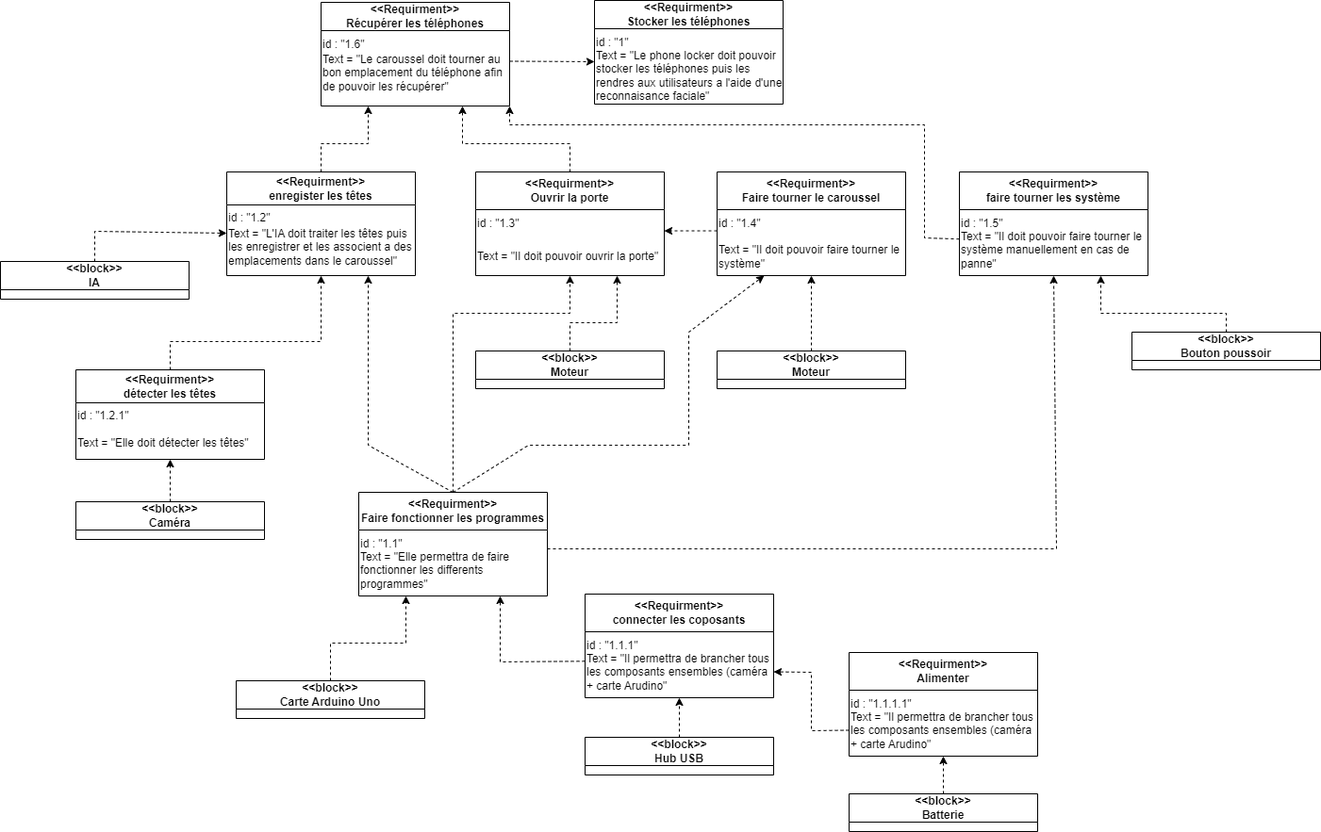
Earlier version of the draw.io export Charts/diagramme exigences.png (neoluigi4123/Phone-Locker). Source tidied: cells renumbered, new cells last; positions are measured from the earlier drawing's top-left corner, leaving out a move shared by most shapes.
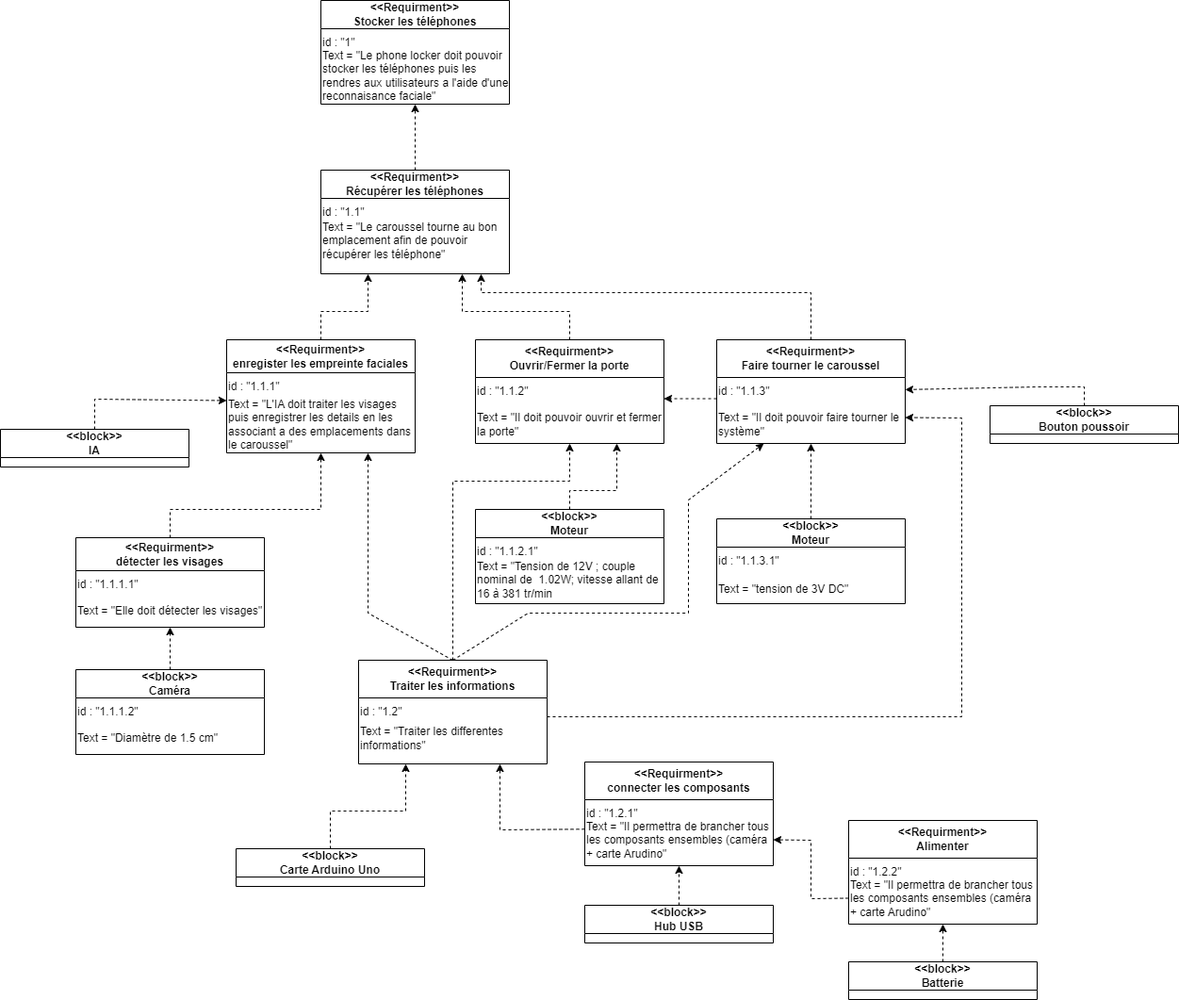
The same diagram one commit later.

The edit, as a diff of the source:
```diff
@@ -5,3 +5,3 @@
     <mxCell id="2" value="&amp;lt;&amp;lt;Requirment&amp;gt;&amp;gt;&lt;br&gt;Stocker les téléphones" style="swimlane;whiteSpace=wrap;html=1;startSize=30;" parent="1" vertex="1">
-      <mxGeometry x="630" width="200" height="110" as="geometry" />
+      <mxGeometry x="340" y="-178" width="200" height="110" as="geometry" />
     </mxCell>
@@ -13,9 +13,9 @@
     </mxCell>
-    <mxCell id="5" value="&amp;lt;&amp;lt;Requirment&amp;gt;&amp;gt;&lt;br&gt;enregister les têtes" style="swimlane;whiteSpace=wrap;html=1;startSize=35;" parent="1" vertex="1">
-      <mxGeometry x="240" y="182" width="200" height="110" as="geometry" />
+    <mxCell id="5" value="&amp;lt;&amp;lt;Requirment&amp;gt;&amp;gt;&lt;br&gt;enregister les empreinte faciales" style="swimlane;whiteSpace=wrap;html=1;startSize=35;" parent="1" vertex="1">
+      <mxGeometry x="240" y="182" width="200" height="120" as="geometry" />
     </mxCell>
-    <mxCell id="6" value="Text = &quot;L'IA doit traiter les têtes puis les enregistrer et les associent a des emplacements dans le caroussel&quot;" style="text;html=1;strokeColor=none;fillColor=none;align=left;verticalAlign=middle;whiteSpace=wrap;rounded=0;" parent="5" vertex="1">
-      <mxGeometry y="50" width="200" height="60" as="geometry" />
+    <mxCell id="6" value="Text = &quot;L'IA doit traiter les visages puis enregistrer les details en les associant a des emplacements dans le caroussel&quot;" style="text;html=1;strokeColor=none;fillColor=none;align=left;verticalAlign=middle;whiteSpace=wrap;rounded=0;" parent="5" vertex="1">
+      <mxGeometry y="60" width="200" height="60" as="geometry" />
     </mxCell>
-    <mxCell id="7" value="id : &quot;1.2&quot;" style="text;html=1;strokeColor=none;fillColor=none;align=left;verticalAlign=middle;whiteSpace=wrap;rounded=0;" parent="5" vertex="1">
+    <mxCell id="7" value="id : &quot;1.1.1&quot;" style="text;html=1;strokeColor=none;fillColor=none;align=left;verticalAlign=middle;whiteSpace=wrap;rounded=0;" parent="5" vertex="1">
       <mxGeometry y="34.5" width="200" height="30" as="geometry" />
@@ -23,4 +23,10 @@
     <mxCell id="8" value="&amp;lt;&amp;lt;block&amp;gt;&amp;gt;&lt;br&gt;Caméra" style="swimlane;whiteSpace=wrap;html=1;startSize=30;" parent="1" vertex="1">
-      <mxGeometry x="80" y="532" width="200" height="40" as="geometry" />
+      <mxGeometry x="80" y="532" width="200" height="90" as="geometry" />
     </mxCell>
+    <mxCell id="61" value="id : &quot;1.1.1.2&quot;" style="text;html=1;strokeColor=none;fillColor=none;align=left;verticalAlign=middle;whiteSpace=wrap;rounded=0;" parent="8" vertex="1">
+      <mxGeometry y="30" width="200" height="30" as="geometry" />
+    </mxCell>
+    <mxCell id="62" value="Text = &quot;Diamètre de 1.5 cm&quot;" style="text;html=1;strokeColor=none;fillColor=none;align=left;verticalAlign=middle;whiteSpace=wrap;rounded=0;" parent="8" vertex="1">
+      <mxGeometry y="57.5" width="200" height="30" as="geometry" />
+    </mxCell>
     <mxCell id="9" style="endArrow=classic;html=1;rounded=0;dashed=1;exitX=0.5;exitY=0;exitDx=0;exitDy=0;entryX=0.5;entryY=1;entryDx=0;entryDy=0;" parent="1" edge="1" source="8" target="13">
@@ -31,17 +37,25 @@
     </mxCell>
-    <mxCell id="11" value="id : &quot;1.6&quot;" style="text;html=1;strokeColor=none;fillColor=none;align=left;verticalAlign=middle;whiteSpace=wrap;rounded=0;" parent="10" vertex="1">
+    <mxCell id="11" value="id : &quot;1.1&quot;" style="text;html=1;strokeColor=none;fillColor=none;align=left;verticalAlign=middle;whiteSpace=wrap;rounded=0;" parent="10" vertex="1">
       <mxGeometry y="30" width="200" height="30" as="geometry" />
     </mxCell>
-    <mxCell id="12" value="Text = &quot;Le caroussel doit tourner au bon emplacement du téléphone afin de pouvoir les récupérer&quot;" style="text;html=1;strokeColor=none;fillColor=none;align=left;verticalAlign=middle;whiteSpace=wrap;rounded=0;" parent="10" vertex="1">
+    <mxCell id="12" value="Text = &quot;Le caroussel tourne au bon emplacement afin de pouvoir récupérer les téléphone&quot;" style="text;html=1;strokeColor=none;fillColor=none;align=left;verticalAlign=middle;whiteSpace=wrap;rounded=0;" parent="10" vertex="1">
       <mxGeometry y="50" width="200" height="50" as="geometry" />
     </mxCell>
-    <mxCell id="13" value="&amp;lt;&amp;lt;Requirment&amp;gt;&amp;gt;&lt;br&gt;détecter les têtes" style="swimlane;whiteSpace=wrap;html=1;startSize=35;" parent="1" vertex="1">
+    <mxCell id="13" value="&amp;lt;&amp;lt;Requirment&amp;gt;&amp;gt;&lt;br&gt;détecter les visages" style="swimlane;whiteSpace=wrap;html=1;startSize=35;" parent="1" vertex="1">
       <mxGeometry x="80" y="392" width="200" height="95" as="geometry" />
     </mxCell>
-    <mxCell id="14" value="Text = &quot;Elle doit détecter les têtes&quot;" style="text;html=1;strokeColor=none;fillColor=none;align=left;verticalAlign=middle;whiteSpace=wrap;rounded=0;" parent="13" vertex="1">
+    <mxCell id="14" value="Text = &quot;Elle doit détecter les visages&quot;" style="text;html=1;strokeColor=none;fillColor=none;align=left;verticalAlign=middle;whiteSpace=wrap;rounded=0;" parent="13" vertex="1">
       <mxGeometry y="62.5" width="200" height="30" as="geometry" />
     </mxCell>
-    <mxCell id="15" value="id : &quot;1.2.1&quot;" style="text;html=1;strokeColor=none;fillColor=none;align=left;verticalAlign=middle;whiteSpace=wrap;rounded=0;" parent="13" vertex="1">
+    <mxCell id="15" value="id : &quot;1.1.1.1&quot;" style="text;html=1;strokeColor=none;fillColor=none;align=left;verticalAlign=middle;whiteSpace=wrap;rounded=0;" parent="13" vertex="1">
       <mxGeometry y="34.5" width="200" height="30" as="geometry" />
     </mxCell>
+    <mxCell id="63" style="edgeStyle=orthogonalEdgeStyle;rounded=0;jettySize=auto;html=1;dashed=1;" parent="1" edge="1" source="16" target="10">
+      <mxGeometry relative="1" as="geometry">
+        <Array as="points">
+          <mxPoint x="860" y="132" />
+          <mxPoint x="510" y="132" />
+        </Array>
+      </mxGeometry>
+    </mxCell>
     <mxCell id="16" value="&amp;lt;&amp;lt;Requirment&amp;gt;&amp;gt;&lt;br&gt;Faire tourner le caroussel" style="swimlane;whiteSpace=wrap;html=1;startSize=40;" parent="1" vertex="1">
@@ -49,3 +63,3 @@
     </mxCell>
-    <mxCell id="17" value="id : &quot;1.4&quot;" style="text;html=1;strokeColor=none;fillColor=none;align=left;verticalAlign=middle;whiteSpace=wrap;rounded=0;" parent="16" vertex="1">
+    <mxCell id="17" value="id : &quot;1.1.3&quot;" style="text;html=1;strokeColor=none;fillColor=none;align=left;verticalAlign=middle;whiteSpace=wrap;rounded=0;" parent="16" vertex="1">
       <mxGeometry y="40" width="200" height="30" as="geometry" />
@@ -56,4 +70,7 @@
     <mxCell id="19" value="&amp;lt;&amp;lt;block&amp;gt;&amp;gt;&lt;br&gt;Moteur" style="swimlane;whiteSpace=wrap;html=1;startSize=30;" parent="1" vertex="1">
-      <mxGeometry x="760" y="372" width="200" height="40" as="geometry" />
+      <mxGeometry x="760" y="372" width="200" height="90" as="geometry" />
     </mxCell>
+    <mxCell id="64" value="id : &quot;1.1.3.1&quot;" style="text;html=1;strokeColor=none;fillColor=none;align=left;verticalAlign=middle;whiteSpace=wrap;rounded=0;" parent="19" vertex="1">
+      <mxGeometry y="30" width="200" height="30" as="geometry" />
+    </mxCell>
     <mxCell id="20" value="&amp;lt;&amp;lt;block&amp;gt;&amp;gt;&lt;br&gt;IA" style="swimlane;whiteSpace=wrap;html=1;startSize=30;" parent="1" vertex="1">
@@ -61,9 +78,9 @@
     </mxCell>
-    <mxCell id="21" value="&amp;lt;&amp;lt;Requirment&amp;gt;&amp;gt;&lt;br&gt;Ouvrir la porte" style="swimlane;whiteSpace=wrap;html=1;startSize=40;" parent="1" vertex="1">
+    <mxCell id="21" value="&amp;lt;&amp;lt;Requirment&amp;gt;&amp;gt;&lt;br&gt;Ouvrir/Fermer la porte" style="swimlane;whiteSpace=wrap;html=1;startSize=40;" parent="1" vertex="1">
       <mxGeometry x="504" y="182" width="200" height="110" as="geometry" />
     </mxCell>
-    <mxCell id="22" value="id : &quot;1.3&quot;" style="text;html=1;strokeColor=none;fillColor=none;align=left;verticalAlign=middle;whiteSpace=wrap;rounded=0;" parent="21" vertex="1">
+    <mxCell id="22" value="id : &quot;1.1.2&quot;" style="text;html=1;strokeColor=none;fillColor=none;align=left;verticalAlign=middle;whiteSpace=wrap;rounded=0;" parent="21" vertex="1">
       <mxGeometry y="40" width="200" height="30" as="geometry" />
     </mxCell>
-    <mxCell id="23" value="Text = &quot;Il doit pouvoir ouvrir la porte&quot;" style="text;html=1;strokeColor=none;fillColor=none;align=left;verticalAlign=middle;whiteSpace=wrap;rounded=0;" parent="21" vertex="1">
+    <mxCell id="23" value="Text = &quot;Il doit pouvoir ouvrir et fermer la porte&quot;" style="text;html=1;strokeColor=none;fillColor=none;align=left;verticalAlign=middle;whiteSpace=wrap;rounded=0;" parent="21" vertex="1">
       <mxGeometry y="75" width="200" height="30" as="geometry" />
@@ -73,6 +90,6 @@
     </mxCell>
-    <mxCell id="25" style="endArrow=classic;html=1;rounded=0;dashed=1;exitX=1;exitY=0.25;exitDx=0;exitDy=0;entryX=0;entryY=0.25;entryDx=0;entryDy=0;" parent="1" edge="1" source="12" target="4">
+    <mxCell id="25" style="endArrow=classic;html=1;rounded=0;dashed=1;exitX=0.5;exitY=0;exitDx=0;exitDy=0;entryX=0.5;entryY=1;entryDx=0;entryDy=0;" parent="1" edge="1" source="10" target="4">
       <mxGeometry relative="1" as="geometry" />
     </mxCell>
-    <mxCell id="26" style="endArrow=classic;html=1;rounded=0;dashed=1;exitX=0.5;exitY=0;exitDx=0;exitDy=0;entryX=0;entryY=0.25;entryDx=0;entryDy=0;" parent="1" edge="1" source="20" target="6">
+    <mxCell id="26" style="endArrow=classic;html=1;rounded=0;dashed=1;exitX=0.5;exitY=0;exitDx=0;exitDy=0;entryX=0;entryY=1;entryDx=0;entryDy=0;" parent="1" edge="1" source="20" target="7">
       <mxGeometry relative="1" as="geometry">
@@ -110,9 +127,9 @@
     </mxCell>
-    <mxCell id="31" value="&amp;lt;&amp;lt;Requirment&amp;gt;&amp;gt;&lt;br&gt;Faire fonctionner les programmes" style="swimlane;whiteSpace=wrap;html=1;startSize=40;" parent="1" vertex="1">
+    <mxCell id="31" value="&amp;lt;&amp;lt;Requirment&amp;gt;&amp;gt;&lt;br&gt;Traiter les informations" style="swimlane;whiteSpace=wrap;html=1;startSize=40;" parent="1" vertex="1">
       <mxGeometry x="380" y="522" width="200" height="110" as="geometry" />
     </mxCell>
-    <mxCell id="32" value="id : &quot;1.1&quot;" style="text;html=1;strokeColor=none;fillColor=none;align=left;verticalAlign=middle;whiteSpace=wrap;rounded=0;" parent="31" vertex="1">
+    <mxCell id="32" value="id : &quot;1.2&quot;" style="text;html=1;strokeColor=none;fillColor=none;align=left;verticalAlign=middle;whiteSpace=wrap;rounded=0;" parent="31" vertex="1">
       <mxGeometry y="40" width="200" height="30" as="geometry" />
     </mxCell>
-    <mxCell id="33" value="Text = &quot;Elle permettra de faire fonctionner les differents programmes&quot;" style="text;html=1;strokeColor=none;fillColor=none;align=left;verticalAlign=middle;whiteSpace=wrap;rounded=0;" parent="31" vertex="1">
+    <mxCell id="33" value="Text = &quot;Traiter les differentes informations&quot;" style="text;html=1;strokeColor=none;fillColor=none;align=left;verticalAlign=middle;whiteSpace=wrap;rounded=0;" parent="31" vertex="1">
       <mxGeometry y="60" width="200" height="45" as="geometry" />
@@ -144,3 +161,3 @@
     </mxCell>
-    <mxCell id="37" style="endArrow=classic;html=1;rounded=0;dashed=1;exitX=0.5;exitY=0;exitDx=0;exitDy=0;entryX=0.75;entryY=1;entryDx=0;entryDy=0;" parent="1" edge="1" source="39" target="21">
+    <mxCell id="37" style="endArrow=classic;html=1;rounded=0;dashed=1;entryX=0.75;entryY=1;entryDx=0;entryDy=0;exitX=0.5;exitY=0;exitDx=0;exitDy=0;" parent="1" edge="1" source="39" target="21">
       <mxGeometry relative="1" as="geometry">
@@ -152,17 +169,22 @@
     </mxCell>
-    <mxCell id="38" style="endArrow=classic;html=1;rounded=0;dashed=1;exitX=0.5;exitY=0;exitDx=0;exitDy=0;startArrow=none;" parent="1" edge="1" source="39">
-      <mxGeometry relative="1" as="geometry">
-        <mxPoint x="670" y="402" as="targetPoint" />
-      </mxGeometry>
-    </mxCell>
     <mxCell id="39" value="&amp;lt;&amp;lt;block&amp;gt;&amp;gt;&lt;br&gt;Moteur" style="swimlane;whiteSpace=wrap;html=1;startSize=30;" parent="1" vertex="1">
-      <mxGeometry x="504" y="372" width="200" height="40" as="geometry" />
+      <mxGeometry x="504" y="362" width="200" height="100" as="geometry" />
     </mxCell>
+    <mxCell id="65" value="&lt;span style=&quot;color: rgba(0, 0, 0, 0); font-family: monospace; font-size: 0px;&quot;&gt;%3CmxGraphModel%3E%3Croot%3E%3CmxCell%20id%3D%220%22%2F%3E%3CmxCell%20id%3D%221%22%20parent%3D%220%22%2F%3E%3CmxCell%20id%3D%222%22%20value%3D%22id%20%3A%20%26quot%3B1.1.2%26quot%3B%22%20style%3D%22text%3Bhtml%3D1%3BstrokeColor%3Dnone%3BfillColor%3Dnone%3Balign%3Dleft%3BverticalAlign%3Dmiddle%3BwhiteSpace%3Dwrap%3Brounded%3D0%3B%22%20vertex%3D%221%22%20parent%3D%221%22%3E%3CmxGeometry%20x%3D%22314%22%20y%3D%22230%22%20width%3D%22200%22%20height%3D%2230%22%20as%3D%22geometry%22%2F%3E%3C%2FmxCell%3E%3C%2Froot%3E%3C%2FmxGraphModel%3E&lt;/span&gt;" style="text;html=1;strokeColor=none;fillColor=none;align=left;verticalAlign=middle;whiteSpace=wrap;rounded=0;" parent="39" vertex="1">
+      <mxGeometry y="30" width="200" height="60" as="geometry" />
+    </mxCell>
+    <mxCell id="66" value="id : &quot;1.1.2.1&quot;" style="text;html=1;strokeColor=none;fillColor=none;align=left;verticalAlign=middle;whiteSpace=wrap;rounded=0;" parent="39" vertex="1">
+      <mxGeometry y="30" width="200" height="30" as="geometry" />
+    </mxCell>
+    <mxCell id="67" value="Text = &quot;Tension de 12V ; couple nominal de&amp;nbsp; 1.02W; vitesse allant de 16 à 381 tr/min" style="text;html=1;strokeColor=none;fillColor=none;align=left;verticalAlign=middle;whiteSpace=wrap;rounded=0;" parent="39" vertex="1">
+      <mxGeometry y="60" width="200" height="30" as="geometry" />
+    </mxCell>
     <mxCell id="40" value="&amp;lt;&amp;lt;block&amp;gt;&amp;gt;&lt;br&gt;Bouton poussoir" style="swimlane;whiteSpace=wrap;html=1;startSize=30;" parent="1" vertex="1">
-      <mxGeometry x="1200" y="352" width="200" height="40" as="geometry" />
+      <mxGeometry x="1050" y="252" width="200" height="40" as="geometry" />
     </mxCell>
-    <mxCell id="41" style="endArrow=classic;html=1;rounded=0;dashed=1;exitX=1;exitY=0;exitDx=0;exitDy=0;entryX=0.5;entryY=1;entryDx=0;entryDy=0;" parent="1" edge="1" source="33" target="42">
+    <mxCell id="41" style="endArrow=classic;html=1;rounded=0;dashed=1;exitX=1;exitY=0;exitDx=0;exitDy=0;entryX=1;entryY=0.25;entryDx=0;entryDy=0;" parent="1" edge="1" source="33" target="18">
       <mxGeometry relative="1" as="geometry">
         <Array as="points">
-          <mxPoint x="1120" y="582" />
+          <mxPoint x="1020" y="582" />
+          <mxPoint x="1020" y="265" />
         </Array>
@@ -170,16 +192,7 @@
     </mxCell>
-    <mxCell id="42" value="&amp;lt;&amp;lt;Requirment&amp;gt;&amp;gt;&lt;br&gt;faire tourner les système" style="swimlane;whiteSpace=wrap;html=1;startSize=40;" parent="1" vertex="1">
-      <mxGeometry x="1017" y="182" width="200" height="110" as="geometry" />
-    </mxCell>
-    <mxCell id="43" value="id : &quot;1.5&quot;" style="text;html=1;strokeColor=none;fillColor=none;align=left;verticalAlign=middle;whiteSpace=wrap;rounded=0;" parent="42" vertex="1">
-      <mxGeometry y="40" width="200" height="30" as="geometry" />
-    </mxCell>
-    <mxCell id="44" value="Text = &quot;Il doit pouvoir faire tourner le système manuellement en cas de panne&quot;" style="text;html=1;strokeColor=none;fillColor=none;align=left;verticalAlign=middle;whiteSpace=wrap;rounded=0;" parent="42" vertex="1">
-      <mxGeometry y="60" width="200" height="45" as="geometry" />
-    </mxCell>
-    <mxCell id="45" style="endArrow=classic;html=1;rounded=0;dashed=1;exitX=0.5;exitY=0;exitDx=0;exitDy=0;entryX=0.75;entryY=1;entryDx=0;entryDy=0;" parent="1" edge="1" source="40" target="42">
+    <mxCell id="45" style="endArrow=classic;html=1;rounded=0;dashed=1;exitX=0.5;exitY=0;exitDx=0;exitDy=0;" parent="1" edge="1" source="40" target="16">
       <mxGeometry relative="1" as="geometry">
         <Array as="points">
-          <mxPoint x="1300" y="332" />
-          <mxPoint x="1167" y="332" />
+          <mxPoint x="1150" y="232" />
+          <mxPoint x="1100" y="232" />
         </Array>
@@ -198,6 +211,6 @@
     </mxCell>
-    <mxCell id="48" value="&amp;lt;&amp;lt;Requirment&amp;gt;&amp;gt;&lt;br&gt;connecter les coposants" style="swimlane;whiteSpace=wrap;html=1;startSize=40;" parent="1" vertex="1">
+    <mxCell id="48" value="&amp;lt;&amp;lt;Requirment&amp;gt;&amp;gt;&lt;br&gt;connecter les composants" style="swimlane;whiteSpace=wrap;html=1;startSize=40;" parent="1" vertex="1">
       <mxGeometry x="620" y="630" width="200" height="110" as="geometry" />
     </mxCell>
-    <mxCell id="49" value="id : &quot;1.1.1&quot;" style="text;html=1;strokeColor=none;fillColor=none;align=left;verticalAlign=middle;whiteSpace=wrap;rounded=0;" parent="48" vertex="1">
+    <mxCell id="49" value="id : &quot;1.2.1&quot;" style="text;html=1;strokeColor=none;fillColor=none;align=left;verticalAlign=middle;whiteSpace=wrap;rounded=0;" parent="48" vertex="1">
       <mxGeometry y="40" width="200" height="30" as="geometry" />
@@ -219,3 +232,3 @@
     </mxCell>
-    <mxCell id="55" value="id : &quot;1.1.1.1&quot;" style="text;html=1;strokeColor=none;fillColor=none;align=left;verticalAlign=middle;whiteSpace=wrap;rounded=0;" parent="54" vertex="1">
+    <mxCell id="55" value="id : &quot;1.2.2&quot;" style="text;html=1;strokeColor=none;fillColor=none;align=left;verticalAlign=middle;whiteSpace=wrap;rounded=0;" parent="54" vertex="1">
       <mxGeometry y="40" width="200" height="30" as="geometry" />
@@ -240,11 +253,2 @@
     </mxCell>
-    <mxCell id="59" style="endArrow=classic;html=1;rounded=0;dashed=1;exitX=0;exitY=0.25;exitDx=0;exitDy=0;entryX=1;entryY=1;entryDx=0;entryDy=0;" parent="1" edge="1" source="44" target="10">
-      <mxGeometry relative="1" as="geometry">
-        <Array as="points">
-          <mxPoint x="980" y="252" />
-          <mxPoint x="980" y="132" />
-          <mxPoint x="540" y="132" />
-        </Array>
-      </mxGeometry>
-    </mxCell>
     <mxCell id="60" style="endArrow=classic;html=1;rounded=0;dashed=1;exitX=0;exitY=0.75;exitDx=0;exitDy=0;entryX=1;entryY=0.75;entryDx=0;entryDy=0;" parent="1" edge="1" source="17" target="22">
@@ -252,2 +256,5 @@
     </mxCell>
+    <mxCell id="68" value="Text = &quot;tension de 3V DC&quot;" style="text;html=1;strokeColor=none;fillColor=none;align=left;verticalAlign=middle;whiteSpace=wrap;rounded=0;" parent="1" vertex="1">
+      <mxGeometry x="760" y="432" width="200" height="30" as="geometry" />
+    </mxCell>
   </root>
```
